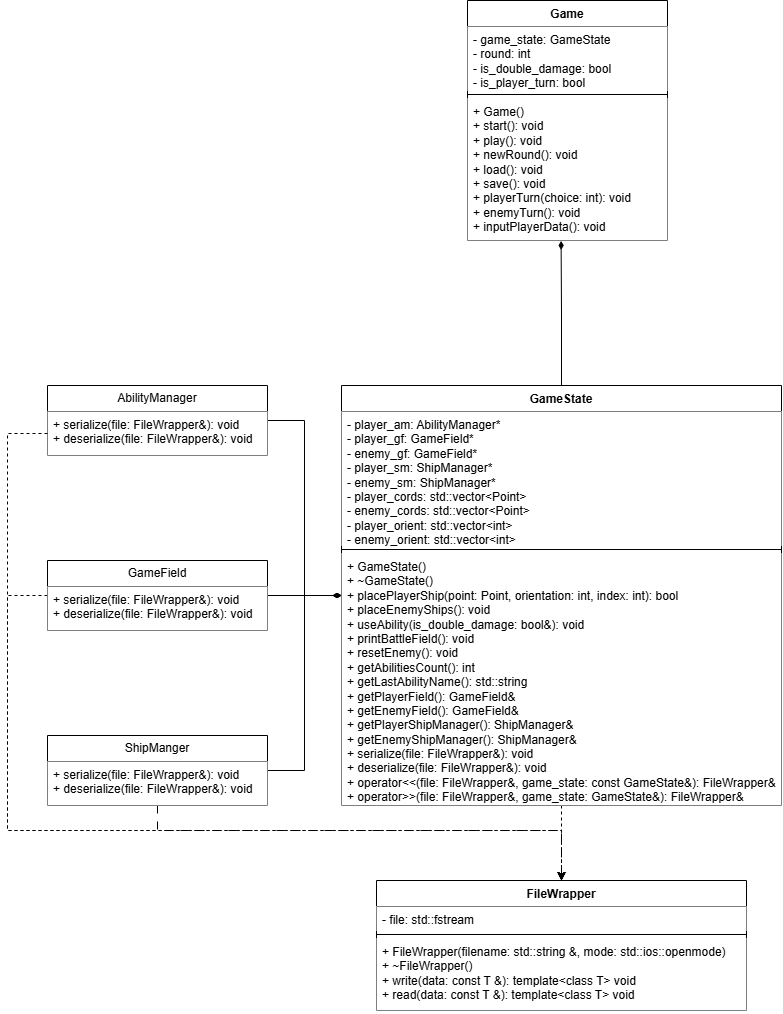
This is uml.png from Kosta-lap/oop_labs, a draw.io export, as it was before one commit. Source tidied: cells renumbered, new cells last; positions are measured from the earlier drawing's top-left corner, leaving out a move shared by most shapes. Its diagram source:
```xml
<mxGraphModel background="#ffffff">
  <root>
    <mxCell id="0" />
    <mxCell id="1" parent="0" />
    <mxCell id="2" value="Game" style="swimlane;fontStyle=1;align=center;verticalAlign=top;horizontal=1;startSize=26;whiteSpace=wrap;html=1;" parent="1" vertex="1">
      <mxGeometry x="460" width="200" height="240" as="geometry" />
    </mxCell>
    <mxCell id="3" value="- game_state:&amp;nbsp;GameState&lt;div&gt;- round: int&lt;/div&gt;&lt;div&gt;-&amp;nbsp;is_double_damage: bool&lt;/div&gt;&lt;div&gt;-&amp;nbsp;is_player_turn: bool&lt;/div&gt;" style="text;strokeColor=none;fillColor=default;align=left;verticalAlign=top;spacingLeft=4;spacingRight=4;overflow=hidden;whiteSpace=wrap;html=1;" parent="2" vertex="1">
      <mxGeometry y="26" width="200" height="64" as="geometry" />
    </mxCell>
    <mxCell id="4" style="line;strokeWidth=1;fillColor=none;align=left;verticalAlign=middle;spacingTop=-1;spacingLeft=3;spacingRight=3;labelPosition=right;strokeColor=inherit;" parent="2" vertex="1">
      <mxGeometry y="90" width="200" height="8" as="geometry" />
    </mxCell>
    <mxCell id="5" value="+ Game()&lt;div&gt;+ start(): void&lt;/div&gt;&lt;div&gt;+ play(): void&lt;/div&gt;&lt;div&gt;+ newRound(): void&lt;/div&gt;&lt;div&gt;+ load(): void&lt;/div&gt;&lt;div&gt;+ save(): void&lt;/div&gt;&lt;div&gt;+ playerTurn(choice: int): void&lt;/div&gt;&lt;div&gt;+ enemyTurn(): void&lt;/div&gt;&lt;div&gt;+ inputPlayerData(): void&lt;/div&gt;" style="text;strokeColor=none;fillColor=default;align=left;verticalAlign=top;spacingLeft=4;spacingRight=4;overflow=hidden;points=[[0,0.5],[1,0.5]];portConstraint=eastwest;whiteSpace=wrap;html=1;" parent="2" vertex="1">
      <mxGeometry y="98" width="200" height="142" as="geometry" />
    </mxCell>
    <mxCell id="6" style="edgeStyle=orthogonalEdgeStyle;rounded=0;jettySize=auto;html=1;entryX=0.5;entryY=0;entryDx=0;entryDy=0;dashed=1;" parent="1" edge="1" source="7" target="12">
      <mxGeometry relative="1" as="geometry" />
    </mxCell>
    <mxCell id="7" value="GameState" style="swimlane;fontStyle=1;align=center;verticalAlign=top;horizontal=1;startSize=26;whiteSpace=wrap;html=1;" parent="1" vertex="1">
      <mxGeometry x="334" y="385" width="440" height="420" as="geometry" />
    </mxCell>
    <mxCell id="8" value="- player_am:&amp;nbsp;AbilityManager*&lt;div&gt;-&amp;nbsp;&lt;span style=&quot;background-color: initial;&quot;&gt;player_gf:&amp;nbsp;&lt;/span&gt;&lt;span style=&quot;background-color: initial;&quot;&gt;GameField*&lt;/span&gt;&lt;/div&gt;&lt;div&gt;&lt;span style=&quot;background-color: initial;&quot;&gt;- enemy_gf:&amp;nbsp;&lt;/span&gt;&lt;span style=&quot;background-color: initial;&quot;&gt;GameField*&lt;/span&gt;&lt;span style=&quot;background-color: initial;&quot;&gt;&lt;/span&gt;&lt;/div&gt;&lt;div&gt;-&amp;nbsp;&lt;span style=&quot;background-color: initial;&quot;&gt;player_sm:&amp;nbsp;&lt;/span&gt;&lt;span style=&quot;background-color: initial;&quot;&gt;ShipManager*&lt;br&gt;&lt;/span&gt;-&amp;nbsp;&lt;span style=&quot;background-color: initial;&quot;&gt;enemy_sm:&amp;nbsp;&lt;/span&gt;&lt;span style=&quot;background-color: initial;&quot;&gt;ShipManager*&lt;/span&gt;&lt;span style=&quot;background-color: initial;&quot;&gt;&lt;/span&gt;&lt;/div&gt;&lt;div&gt;-&amp;nbsp;&lt;span style=&quot;background-color: initial;&quot;&gt;player_cords:&amp;nbsp;&lt;/span&gt;&lt;span style=&quot;background-color: initial;&quot;&gt;std::vector&amp;lt;Point&amp;gt;&lt;br&gt;&lt;/span&gt;- enemy&lt;span style=&quot;background-color: initial;&quot;&gt;_cords:&amp;nbsp;&lt;/span&gt;&lt;span style=&quot;background-color: initial;&quot;&gt;std::vector&amp;lt;Point&amp;gt;&lt;br&gt;&lt;/span&gt;- player&lt;span style=&quot;background-color: initial;&quot;&gt;_orient:&amp;nbsp;&lt;/span&gt;&lt;span style=&quot;background-color: initial;&quot;&gt;std::vector&amp;lt;int&amp;gt;&lt;br&gt;-&lt;/span&gt;&lt;span style=&quot;background-color: initial;&quot;&gt;&lt;/span&gt;&lt;span style=&quot;background-color: initial;&quot;&gt;&lt;/span&gt;&lt;span style=&quot;background-color: initial;&quot;&gt;&amp;nbsp;&lt;/span&gt;enemy&lt;span style=&quot;background-color: initial;&quot;&gt;_orient:&amp;nbsp;&lt;/span&gt;&lt;span style=&quot;background-color: initial;&quot;&gt;std::vector&amp;lt;int&amp;gt;&lt;/span&gt;&lt;/div&gt;" style="text;align=left;verticalAlign=top;spacingLeft=4;spacingRight=4;overflow=hidden;whiteSpace=wrap;html=1;fillColor=default;" parent="7" vertex="1">
      <mxGeometry y="26" width="440" height="134" as="geometry" />
    </mxCell>
    <mxCell id="9" style="line;strokeWidth=1;fillColor=none;align=left;verticalAlign=middle;spacingTop=-1;spacingLeft=3;spacingRight=3;labelPosition=right;strokeColor=inherit;" parent="7" vertex="1">
      <mxGeometry y="160" width="440" height="8" as="geometry" />
    </mxCell>
    <mxCell id="10" value="+ GameState()&lt;br&gt;+&amp;nbsp;~GameState()&lt;br&gt;&lt;div&gt;+ placePlayerShip(point: Point, orientation: int, index: int): bool&lt;/div&gt;&lt;div&gt;+ placeEnemyShips(): void&lt;/div&gt;&lt;div&gt;+ useAbility(is_double_damage: bool&amp;amp;): void&lt;/div&gt;&lt;div&gt;+ printBattleField(): void&lt;/div&gt;&lt;div&gt;+ resetEnemy(): void&lt;/div&gt;&lt;div&gt;+ getAbilitiesCount(): int&lt;/div&gt;&lt;div&gt;+ getLastAbilityName(): std::string&lt;/div&gt;&lt;div&gt;+ getPlayerField(): GameField&amp;amp;&lt;br&gt;+ getEnemyField(): GameField&amp;amp;&lt;br&gt;+ getPlayerShipManager(): ShipManager&amp;amp;&lt;br&gt;+ getEnemyShipManager(): ShipManager&amp;amp;&lt;br&gt;+ serialize(file: FileWrapper&amp;amp;): void&lt;br&gt;+ deserialize(file: FileWrapper&amp;amp;): void&lt;br&gt;+&amp;nbsp;operator&amp;lt;&amp;lt;(&lt;span style=&quot;background-color: initial;&quot;&gt;file: FileWrapper&amp;amp;,&amp;nbsp;&lt;/span&gt;&lt;span style=&quot;background-color: initial;&quot;&gt;game_state:&amp;nbsp;&lt;/span&gt;&lt;span style=&quot;background-color: initial;&quot;&gt;const GameState&amp;amp;&lt;/span&gt;&lt;span style=&quot;background-color: initial;&quot;&gt;):&amp;nbsp;&lt;/span&gt;&lt;span style=&quot;background-color: initial;&quot;&gt;FileWrapper&amp;amp;&lt;/span&gt;&lt;/div&gt;&lt;div&gt;+&amp;nbsp;operator&amp;gt;&amp;gt;(&lt;span style=&quot;background-color: initial;&quot;&gt;file: FileWrapper&amp;amp;,&amp;nbsp;&lt;/span&gt;&lt;span style=&quot;background-color: initial;&quot;&gt;game_state:&amp;nbsp;&lt;/span&gt;&lt;span style=&quot;background-color: initial;&quot;&gt;GameState&amp;amp;&lt;/span&gt;&lt;span style=&quot;background-color: initial;&quot;&gt;):&amp;nbsp;&lt;/span&gt;&lt;span style=&quot;background-color: initial;&quot;&gt;FileWrapper&amp;amp;&lt;/span&gt;&lt;span style=&quot;background-color: initial;&quot;&gt;&lt;/span&gt;&lt;/div&gt;" style="text;strokeColor=none;fillColor=default;align=left;verticalAlign=top;spacingLeft=4;spacingRight=4;overflow=hidden;whiteSpace=wrap;html=1;" parent="7" vertex="1">
      <mxGeometry y="168" width="440" height="252" as="geometry" />
    </mxCell>
    <mxCell id="11" style="edgeStyle=orthogonalEdgeStyle;rounded=0;jettySize=auto;html=1;entryX=0.468;entryY=1.003;entryDx=0;entryDy=0;entryPerimeter=0;endArrow=diamondThin;endFill=1;" parent="1" edge="1" source="7" target="5">
      <mxGeometry relative="1" as="geometry" />
    </mxCell>
    <mxCell id="12" value="FileWrapper" style="swimlane;fontStyle=1;align=center;verticalAlign=top;horizontal=1;startSize=26;whiteSpace=wrap;html=1;" parent="1" vertex="1">
      <mxGeometry x="369" y="880" width="370" height="130" as="geometry" />
    </mxCell>
    <mxCell id="13" value="- file: std::fstream" style="text;strokeColor=none;fillColor=default;align=left;verticalAlign=top;spacingLeft=4;spacingRight=4;overflow=hidden;whiteSpace=wrap;html=1;" parent="12" vertex="1">
      <mxGeometry y="26" width="370" height="24" as="geometry" />
    </mxCell>
    <mxCell id="14" style="line;strokeWidth=1;fillColor=none;align=left;verticalAlign=middle;spacingTop=-1;spacingLeft=3;spacingRight=3;labelPosition=right;strokeColor=inherit;" parent="12" vertex="1">
      <mxGeometry y="50" width="370" height="8" as="geometry" />
    </mxCell>
    <mxCell id="15" value="+ FileWrapper(filename: std::string &amp;amp;, mode: std::ios::openmode)&lt;div&gt;+ ~FileWrapper()&lt;/div&gt;&lt;div&gt;+ write(&lt;span style=&quot;background-color: initial;&quot;&gt;data:&amp;nbsp;&lt;/span&gt;&lt;span style=&quot;background-color: initial;&quot;&gt;const T &amp;amp;):&amp;nbsp;&lt;/span&gt;&lt;span style=&quot;background-color: initial;&quot;&gt;template&amp;lt;class T&amp;gt;&amp;nbsp;&lt;/span&gt;&lt;span style=&quot;background-color: initial;&quot;&gt;void&lt;/span&gt;&lt;/div&gt;&lt;div&gt;+&amp;nbsp;&lt;span style=&quot;background-color: initial;&quot;&gt;read(&lt;/span&gt;&lt;span style=&quot;background-color: initial;&quot;&gt;data:&amp;nbsp;&lt;/span&gt;&lt;span style=&quot;background-color: initial;&quot;&gt;const T &amp;amp;):&amp;nbsp;&lt;/span&gt;&lt;span style=&quot;background-color: initial;&quot;&gt;template&amp;lt;class T&amp;gt;&amp;nbsp;&lt;/span&gt;&lt;span style=&quot;background-color: initial;&quot;&gt;void&lt;/span&gt;&lt;/div&gt;" style="text;strokeColor=none;fillColor=default;align=left;verticalAlign=top;spacingLeft=4;spacingRight=4;overflow=hidden;whiteSpace=wrap;html=1;" parent="12" vertex="1">
      <mxGeometry y="58" width="370" height="72" as="geometry" />
    </mxCell>
    <mxCell id="16" style="edgeStyle=orthogonalEdgeStyle;rounded=0;jettySize=auto;html=1;endArrow=diamondThin;endFill=1;" parent="1" edge="1" source="18" target="7">
      <mxGeometry relative="1" as="geometry" />
    </mxCell>
    <mxCell id="17" style="edgeStyle=orthogonalEdgeStyle;rounded=0;jettySize=auto;html=1;dashed=1;" parent="1" edge="1" source="18" target="12">
      <mxGeometry relative="1" as="geometry">
        <Array as="points">
          <mxPoint y="595" />
          <mxPoint y="830" />
          <mxPoint x="554" y="830" />
        </Array>
      </mxGeometry>
    </mxCell>
    <mxCell id="18" value="GameField" style="swimlane;fontStyle=0;horizontal=1;startSize=26;fillColor=default;whiteSpace=wrap;html=1;" parent="1" vertex="1">
      <mxGeometry x="40" y="560" width="220" height="70" as="geometry" />
    </mxCell>
    <mxCell id="19" value="+ serialize(file: FileWrapper&amp;amp;): void&lt;div&gt;+ deserialize(file: FileWrapper&amp;amp;): void&lt;br&gt;&lt;div&gt;&lt;br&gt;&lt;/div&gt;&lt;/div&gt;" style="text;strokeColor=none;fillColor=default;align=left;verticalAlign=top;spacingLeft=4;spacingRight=4;overflow=hidden;whiteSpace=wrap;html=1;" parent="18" vertex="1">
      <mxGeometry y="26" width="220" height="44" as="geometry" />
    </mxCell>
    <mxCell id="20" style="edgeStyle=orthogonalEdgeStyle;rounded=0;jettySize=auto;html=1;endArrow=diamondThin;endFill=1;" parent="1" edge="1" source="22" target="7">
      <mxGeometry relative="1" as="geometry" />
    </mxCell>
    <mxCell id="21" style="edgeStyle=orthogonalEdgeStyle;rounded=0;jettySize=auto;html=1;dashed=1;dashPattern=8 8;" parent="1" edge="1" source="22" target="12">
      <mxGeometry relative="1" as="geometry">
        <Array as="points">
          <mxPoint x="150" y="830" />
          <mxPoint x="554" y="830" />
        </Array>
      </mxGeometry>
    </mxCell>
    <mxCell id="22" value="ShipManger" style="swimlane;fontStyle=0;horizontal=1;startSize=26;fillColor=default;whiteSpace=wrap;html=1;" parent="1" vertex="1">
      <mxGeometry x="40" y="735" width="220" height="70" as="geometry" />
    </mxCell>
    <mxCell id="23" value="+ serialize(file: FileWrapper&amp;amp;): void&lt;div&gt;+ deserialize(file: FileWrapper&amp;amp;): void&lt;br&gt;&lt;div&gt;&lt;br&gt;&lt;/div&gt;&lt;/div&gt;" style="text;strokeColor=none;fillColor=default;align=left;verticalAlign=top;spacingLeft=4;spacingRight=4;overflow=hidden;whiteSpace=wrap;html=1;" parent="22" vertex="1">
      <mxGeometry y="26" width="220" height="44" as="geometry" />
    </mxCell>
    <mxCell id="24" style="edgeStyle=orthogonalEdgeStyle;rounded=0;jettySize=auto;html=1;endArrow=diamondThin;endFill=1;" parent="1" edge="1" source="25" target="7">
      <mxGeometry relative="1" as="geometry" />
    </mxCell>
    <mxCell id="25" value="AbilityManager" style="swimlane;fontStyle=0;horizontal=1;startSize=26;fillColor=default;whiteSpace=wrap;html=1;" parent="1" vertex="1">
      <mxGeometry x="40" y="385" width="220" height="70" as="geometry" />
    </mxCell>
    <mxCell id="26" value="+ serialize(file: FileWrapper&amp;amp;): void&lt;div&gt;+ deserialize(file: FileWrapper&amp;amp;): void&lt;br&gt;&lt;div&gt;&lt;br&gt;&lt;/div&gt;&lt;/div&gt;" style="text;strokeColor=none;fillColor=default;align=left;verticalAlign=top;spacingLeft=4;spacingRight=4;overflow=hidden;points=[[0,0.5],[1,0.5]];portConstraint=eastwest;whiteSpace=wrap;html=1;" parent="25" vertex="1">
      <mxGeometry y="26" width="220" height="44" as="geometry" />
    </mxCell>
    <mxCell id="27" style="edgeStyle=orthogonalEdgeStyle;rounded=0;jettySize=auto;html=1;dashed=1;" parent="1" edge="1" source="26" target="12">
      <mxGeometry relative="1" as="geometry">
        <Array as="points">
          <mxPoint y="433" />
          <mxPoint y="830" />
          <mxPoint x="554" y="830" />
        </Array>
      </mxGeometry>
    </mxCell>
  </root>
</mxGraphModel>
```
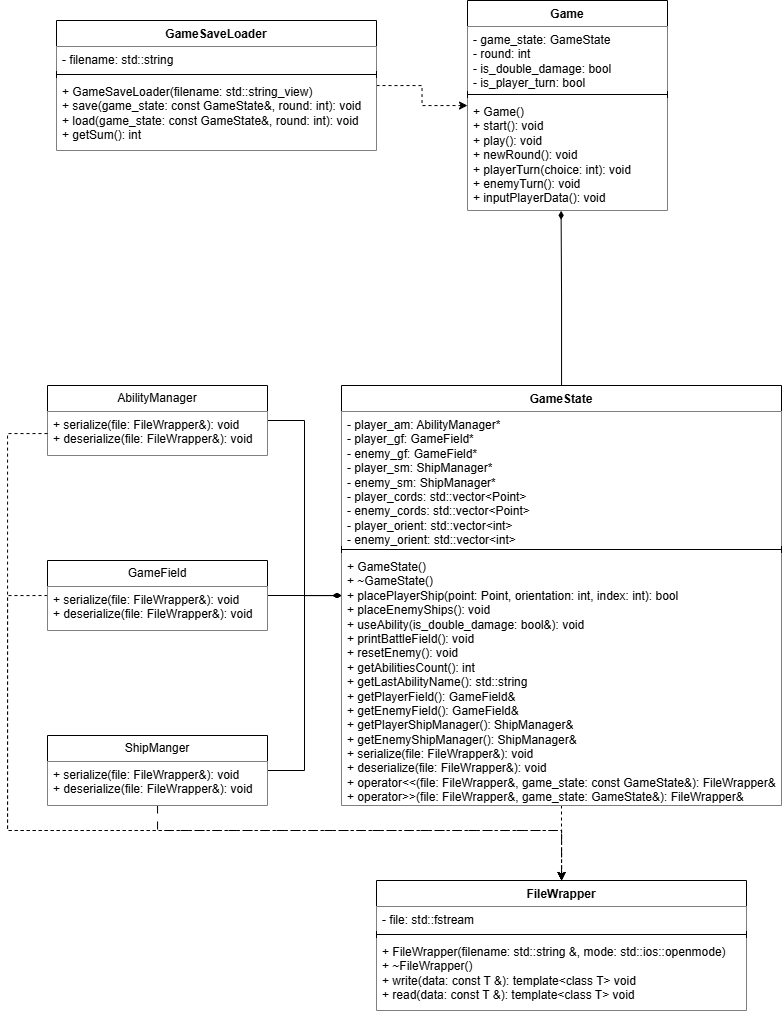
After the commit.

Diff of the diagram source:
```diff
@@ -3,7 +3,7 @@
     <mxCell id="0" />
     <mxCell id="1" parent="0" />
     <mxCell id="2" value="Game" style="swimlane;fontStyle=1;align=center;verticalAlign=top;horizontal=1;startSize=26;whiteSpace=wrap;html=1;" parent="1" vertex="1">
-      <mxGeometry x="460" width="200" height="240" as="geometry" />
+      <mxGeometry x="460" width="200" height="210" as="geometry" />
     </mxCell>
     <mxCell id="3" value="- game_state:&amp;nbsp;GameState&lt;div&gt;- round: int&lt;/div&gt;&lt;div&gt;-&amp;nbsp;is_double_damage: bool&lt;/div&gt;&lt;div&gt;-&amp;nbsp;is_player_turn: bool&lt;/div&gt;" style="text;strokeColor=none;fillColor=default;align=left;verticalAlign=top;spacingLeft=4;spacingRight=4;overflow=hidden;whiteSpace=wrap;html=1;" parent="2" vertex="1">
       <mxGeometry y="26" width="200" height="64" as="geometry" />
@@ -11,8 +11,8 @@
     <mxCell id="4" style="line;strokeWidth=1;fillColor=none;align=left;verticalAlign=middle;spacingTop=-1;spacingLeft=3;spacingRight=3;labelPosition=right;strokeColor=inherit;" parent="2" vertex="1">
       <mxGeometry y="90" width="200" height="8" as="geometry" />
     </mxCell>
-    <mxCell id="5" value="+ Game()&lt;div&gt;+ start(): void&lt;/div&gt;&lt;div&gt;+ play(): void&lt;/div&gt;&lt;div&gt;+ newRound(): void&lt;/div&gt;&lt;div&gt;+ load(): void&lt;/div&gt;&lt;div&gt;+ save(): void&lt;/div&gt;&lt;div&gt;+ playerTurn(choice: int): void&lt;/div&gt;&lt;div&gt;+ enemyTurn(): void&lt;/div&gt;&lt;div&gt;+ inputPlayerData(): void&lt;/div&gt;" style="text;strokeColor=none;fillColor=default;align=left;verticalAlign=top;spacingLeft=4;spacingRight=4;overflow=hidden;points=[[0,0.5],[1,0.5]];portConstraint=eastwest;whiteSpace=wrap;html=1;" parent="2" vertex="1">
-      <mxGeometry y="98" width="200" height="142" as="geometry" />
+    <mxCell id="5" value="+ Game()&lt;div&gt;+ start(): void&lt;/div&gt;&lt;div&gt;+ play(): void&lt;/div&gt;&lt;div&gt;+ newRound(): void&lt;/div&gt;&lt;div&gt;+ playerTurn(choice: int): void&lt;/div&gt;&lt;div&gt;+ enemyTurn(): void&lt;/div&gt;&lt;div&gt;+ inputPlayerData(): void&lt;/div&gt;" style="text;strokeColor=none;fillColor=default;align=left;verticalAlign=top;spacingLeft=4;spacingRight=4;overflow=hidden;points=[[0,0.5],[1,0.5]];portConstraint=eastwest;whiteSpace=wrap;html=1;" parent="2" vertex="1">
+      <mxGeometry y="98" width="200" height="112" as="geometry" />
     </mxCell>
     <mxCell id="6" style="edgeStyle=orthogonalEdgeStyle;rounded=0;jettySize=auto;html=1;entryX=0.5;entryY=0;entryDx=0;entryDy=0;dashed=1;" parent="1" edge="1" source="7" target="12">
       <mxGeometry relative="1" as="geometry" />
@@ -97,5 +97,20 @@
         </Array>
       </mxGeometry>
     </mxCell>
+    <mxCell id="28" style="edgeStyle=orthogonalEdgeStyle;rounded=0;jettySize=auto;html=1;dashed=1;" parent="1" edge="1" source="29" target="2">
+      <mxGeometry relative="1" as="geometry" />
+    </mxCell>
+    <mxCell id="29" value="GameSaveLoader" style="swimlane;fontStyle=1;align=center;verticalAlign=top;horizontal=1;startSize=26;whiteSpace=wrap;html=1;" parent="1" vertex="1">
+      <mxGeometry x="49" y="20" width="320" height="130" as="geometry" />
+    </mxCell>
+    <mxCell id="30" value="- filename: std::string" style="text;strokeColor=none;fillColor=default;align=left;verticalAlign=top;spacingLeft=4;spacingRight=4;overflow=hidden;whiteSpace=wrap;html=1;" parent="29" vertex="1">
+      <mxGeometry y="26" width="320" height="24" as="geometry" />
+    </mxCell>
+    <mxCell id="31" style="line;strokeWidth=1;fillColor=none;align=left;verticalAlign=middle;spacingTop=-1;spacingLeft=3;spacingRight=3;labelPosition=right;strokeColor=inherit;" parent="29" vertex="1">
+      <mxGeometry y="50" width="320" height="8" as="geometry" />
+    </mxCell>
+    <mxCell id="32" value="+ GameSaveLoader(filename: std::string_view)&lt;div&gt;+ save(game_state:&amp;nbsp;&lt;span style=&quot;background-color: initial;&quot;&gt;const GameState&amp;amp;&lt;/span&gt;&lt;span style=&quot;background-color: initial;&quot;&gt;, round:&amp;nbsp;&lt;/span&gt;&lt;span style=&quot;background-color: initial;&quot;&gt;int&lt;/span&gt;&lt;span style=&quot;background-color: initial;&quot;&gt;): void&lt;/span&gt;&lt;/div&gt;&lt;div&gt;+ load(game_state: const GameState&amp;amp;, round: int): void&lt;/div&gt;&lt;div&gt;+ getSum(): int&lt;/div&gt;&lt;div&gt;&lt;br&gt;&lt;/div&gt;" style="text;strokeColor=none;fillColor=default;align=left;verticalAlign=top;spacingLeft=4;spacingRight=4;overflow=hidden;whiteSpace=wrap;html=1;" parent="29" vertex="1">
+      <mxGeometry y="58" width="320" height="72" as="geometry" />
+    </mxCell>
   </root>
 </mxGraphModel>
```
